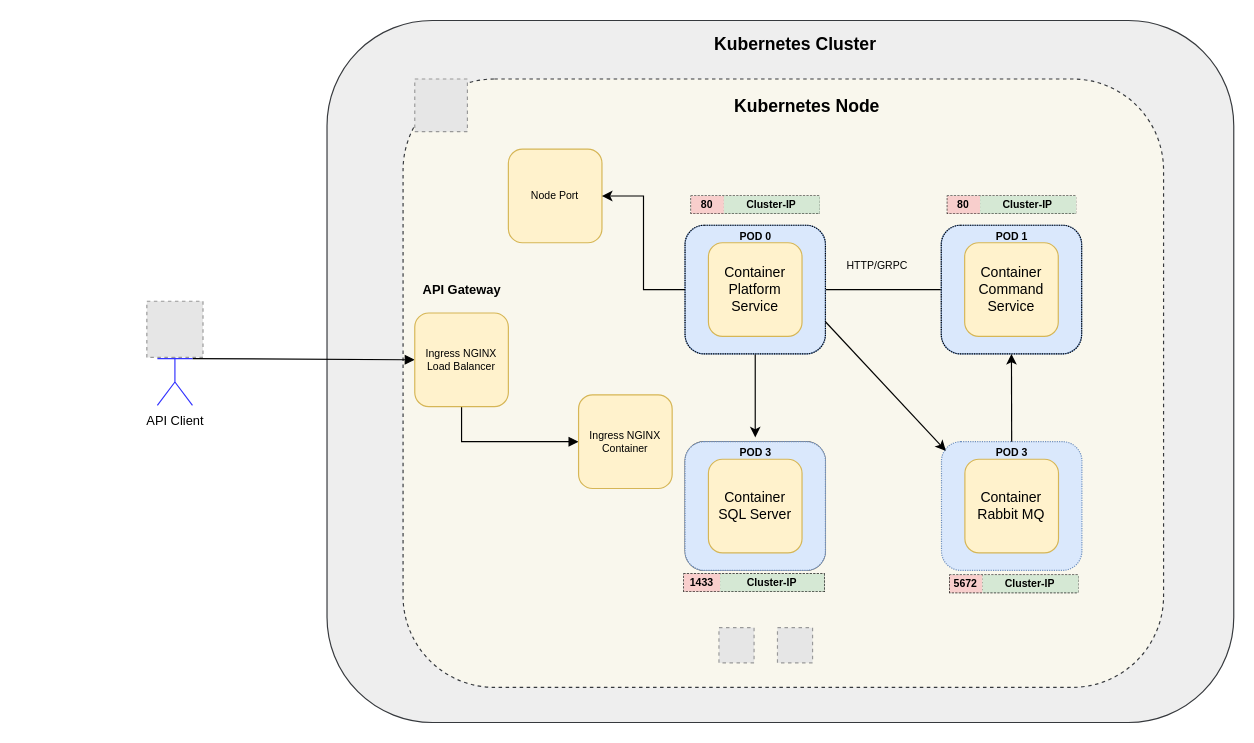
abdulrehman2/learn-microservices keeps this draw.io diagram as Docs/Architecture Diagram.drawio. Above is the earlier version. Source tidied: cells renumbered, new cells numbered last; positions are measured from the earlier drawing's top-left corner, leaving out a move shared by most shapes. Both pictures are drawn from the tidied source at 117%, with x=0, y=0 at pixel (146, 20). Pictures stored in the file or linked from it are replaced by grey dashed boxes.
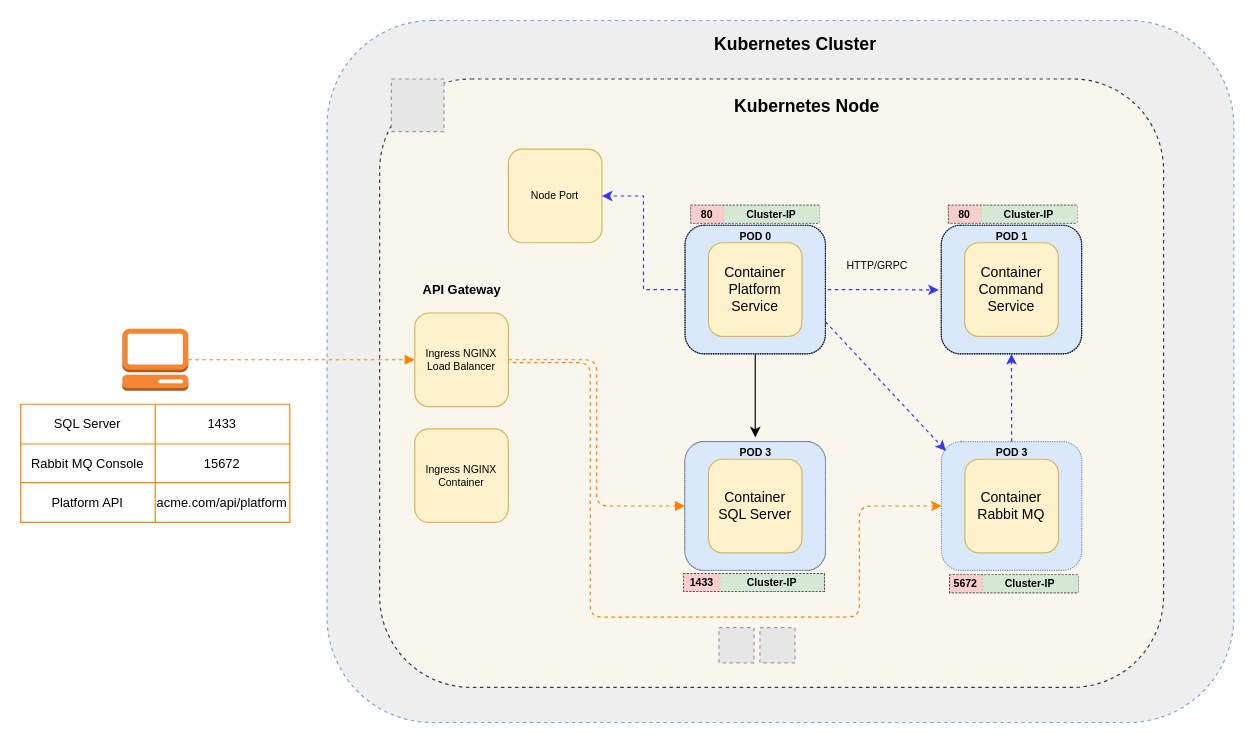
The same diagram, later.

The change refers to these unchanged cells:
```xml
<mxCell id="8" style="shape=waypoint;sketch=0;size=6;points=[];fillColor=#dae8fc;perimeter=centerPerimeter;snapToPoint=1;strokeColor=#6c8ebf;rounded=1;" parent="1" vertex="1">
  <mxGeometry x="679" y="210" width="40" height="40" as="geometry" />
</mxCell>
<mxCell id="12" value="Ingress NGINX&lt;br&gt;Load Balancer" style="whiteSpace=wrap;html=1;rounded=1;fontSize=9;fillColor=#fff2cc;strokeColor=#d6b656;" parent="1" vertex="1">
  <mxGeometry x="229" y="250" width="80" height="80" as="geometry" />
</mxCell>
<mxCell id="15" value="Node Port" style="whiteSpace=wrap;html=1;rounded=1;fontSize=9;fillColor=#fff2cc;strokeColor=#d6b656;" parent="1" vertex="1">
  <mxGeometry x="309" y="110" width="80" height="80" as="geometry" />
</mxCell>
<mxCell id="18" style="whiteSpace=wrap;html=1;rounded=1;fontSize=9;fillColor=none;dashed=1;dashPattern=1 1;" parent="17" vertex="1">
  <mxGeometry width="120" height="110" as="geometry" />
</mxCell>
<mxCell id="19" value="Container&lt;br&gt;Platform Service" style="whiteSpace=wrap;html=1;fillColor=#fff2cc;strokeColor=#d6b656;perimeterSpacing=4;rounded=1;" parent="17" vertex="1">
  <mxGeometry x="20" y="15" width="80" height="80" as="geometry" />
</mxCell>
<mxCell id="23" style="whiteSpace=wrap;html=1;rounded=1;fontSize=9;fillColor=none;dashed=1;dashPattern=1 1;" parent="22" vertex="1">
  <mxGeometry width="120" height="110" as="geometry" />
</mxCell>
<mxCell id="28" style="whiteSpace=wrap;html=1;rounded=1;fontSize=9;fillColor=#dae8fc;dashed=1;dashPattern=1 1;strokeColor=#6c8ebf;" parent="27" vertex="1">
  <mxGeometry width="120" height="110" as="geometry" />
</mxCell>
<mxCell id="30" value="POD 3" style="text;html=1;align=center;verticalAlign=middle;points=[];fillColor=none;strokeColor=none;rounded=0;dashed=1;dashPattern=1 1;fontSize=9;fontStyle=1;" parent="27" vertex="1">
  <mxGeometry x="40" width="40" height="20" as="geometry" />
</mxCell>
<mxCell id="48" style="whiteSpace=wrap;html=1;rounded=1;fontSize=9;fillColor=#dae8fc;dashed=1;dashPattern=1 1;strokeColor=#6c8ebf;" parent="47" vertex="1">
  <mxGeometry width="120" height="110" as="geometry" />
</mxCell>
```

Diff of the diagram source:
```diff
@@
-    <mxCell id="2" style="whiteSpace=wrap;html=1;rounded=1;strokeColor=#36393d;fillColor=#eeeeee;" parent="1" vertex="1">
+    <mxCell id="2" style="whiteSpace=wrap;html=1;rounded=1;strokeColor=#7EA6E0;fillColor=#eeeeee;dashed=1;" parent="1" vertex="1">
       <mxGeometry x="154" width="775" height="600" as="geometry" />
     </mxCell>
     <mxCell id="3" style="whiteSpace=wrap;html=1;rounded=1;glass=0;dashed=1;strokeColor=#36393d;fillColor=#f9f7ed;" parent="1" vertex="1">
-      <mxGeometry x="219" y="50" width="650" height="520" as="geometry" />
+      <mxGeometry x="199" y="50" width="670" height="520" as="geometry" />
     </mxCell>
-    <mxCell id="4" style="edgeStyle=orthogonalEdgeStyle;rounded=0;jettySize=auto;html=1;" parent="1" edge="1" source="19" target="8">
+    <mxCell id="4" style="edgeStyle=orthogonalEdgeStyle;rounded=0;jettySize=auto;html=1;strokeColor=#3333FF;dashed=1;entryX=-0.018;entryY=0.503;entryDx=0;entryDy=0;entryPerimeter=0;" parent="1" edge="1" source="19" target="23">
       <mxGeometry relative="1" as="geometry" />
     </mxCell>
@@
     <mxCell id="6" style="fillColor=#E6E6E6;strokeColor=#999999;dashed=1;verticalLabelPosition=bottom;verticalAlign=top;" parent="1" vertex="1">
-      <mxGeometry x="539" y="519" width="30" height="30" as="geometry" />
+      <mxGeometry x="524" y="519" width="30" height="30" as="geometry" />
     </mxCell>
@@
-    <mxCell id="10" style="edgeStyle=orthogonalEdgeStyle;rounded=0;jettySize=auto;html=1;exitX=0.5;exitY=1;exitDx=0;exitDy=0;fontFamily=Helvetica;fontSize=15;endArrow=block;endFill=1;" parent="1" edge="1" source="12" target="14">
-      <mxGeometry relative="1" as="geometry" />
-    </mxCell>
-    <mxCell id="11" style="edgeStyle=none;rounded=0;jettySize=auto;html=1;exitX=1;exitY=0.3333333333333333;exitDx=0;exitDy=0;entryX=0;entryY=0.5;entryDx=0;entryDy=0;fontFamily=Helvetica;fontSize=11;endArrow=block;endFill=1;exitPerimeter=0;" parent="1" edge="1" source="58" target="12">
+    <mxCell id="11" style="edgeStyle=none;rounded=0;jettySize=auto;html=1;entryX=0;entryY=0.5;entryDx=0;entryDy=0;fontFamily=Helvetica;fontSize=11;endArrow=block;endFill=1;dashed=1;fillColor=#cdeb8b;strokeColor=#FF8000;" parent="1" edge="1" source="60" target="12">
       <mxGeometry relative="1" as="geometry" />
     </mxCell>
@@
     <mxCell id="14" value="Ingress NGINX&lt;br&gt;Container" style="whiteSpace=wrap;html=1;rounded=1;fontSize=9;fillColor=#fff2cc;strokeColor=#d6b656;" parent="1" vertex="1">
-      <mxGeometry x="369" y="320" width="80" height="80" as="geometry" />
+      <mxGeometry x="229" y="349" width="80" height="80" as="geometry" />
     </mxCell>
@@
-    <mxCell id="35" style="edgeStyle=none;rounded=0;jettySize=auto;html=1;entryX=0.5;entryY=1;entryDx=0;entryDy=0;" parent="1" edge="1" source="30" target="23">
+    <mxCell id="35" style="edgeStyle=none;rounded=0;jettySize=auto;html=1;entryX=0.5;entryY=1;entryDx=0;entryDy=0;strokeColor=#3333FF;dashed=1;" parent="1" edge="1" source="30" target="23">
       <mxGeometry relative="1" as="geometry" />
     </mxCell>
-    <mxCell id="36" style="edgeStyle=none;rounded=0;jettySize=auto;html=1;exitX=1;exitY=0.75;exitDx=0;exitDy=0;entryX=0.031;entryY=0.071;entryDx=0;entryDy=0;entryPerimeter=0;" parent="1" edge="1" source="18" target="28">
+    <mxCell id="36" style="edgeStyle=none;rounded=0;jettySize=auto;html=1;exitX=1;exitY=0.75;exitDx=0;exitDy=0;entryX=0.031;entryY=0.071;entryDx=0;entryDy=0;entryPerimeter=0;strokeColor=#3333FF;dashed=1;" parent="1" edge="1" source="18" target="28">
       <mxGeometry relative="1" as="geometry" />
     </mxCell>
@@
     <mxCell id="41" style="shape=table;startSize=0;childLayout=tableLayout;rounded=1;dashed=1;fontSize=9;fillColor=none;arcSize=0;dashPattern=1 2;" parent="1" vertex="1">
-      <mxGeometry x="684.2" y="150" width="109.6" height="15" as="geometry" />
+      <mxGeometry x="685.2" y="158" width="109.6" height="15" as="geometry" />
     </mxCell>
@@
-    <mxCell id="45" style="edgeStyle=orthogonalEdgeStyle;rounded=0;jettySize=auto;html=1;exitX=0;exitY=0.5;exitDx=0;exitDy=0;" parent="1" edge="1" source="18" target="15">
+    <mxCell id="45" style="edgeStyle=orthogonalEdgeStyle;rounded=0;jettySize=auto;html=1;exitX=0;exitY=0.5;exitDx=0;exitDy=0;strokeColor=#3333FF;dashed=1;" parent="1" edge="1" source="18" target="15">
       <mxGeometry relative="1" as="geometry" />
     </mxCell>
@@
     <mxCell id="51" style="fillColor=#E6E6E6;strokeColor=#999999;dashed=1;verticalLabelPosition=bottom;verticalAlign=top;" parent="1" vertex="1">
-      <mxGeometry x="229" y="50" width="45" height="45" as="geometry" />
+      <mxGeometry x="209" y="50" width="45" height="45" as="geometry" />
     </mxCell>
     <mxCell id="52" style="shape=table;startSize=0;childLayout=tableLayout;rounded=1;dashed=1;fontSize=9;fillColor=none;arcSize=0;dashPattern=1 2;" parent="1" vertex="1">
-      <mxGeometry x="465.2" y="150" width="109.6" height="15" as="geometry" />
+      <mxGeometry x="465.2" y="158" width="109.6" height="15" as="geometry" />
     </mxCell>
@@
-    <mxCell id="58" value="API Client" style="shape=umlActor;verticalLabelPosition=bottom;verticalAlign=top;html=1;outlineConnect=0;rounded=1;fontFamily=Helvetica;fontSize=11;strokeColor=#3333FF;fillColor=#FFFFFF;" parent="1" vertex="1">
-      <mxGeometry x="9" y="269" width="30" height="60" as="geometry" />
-    </mxCell>
-    <mxCell id="59" style="fillColor=#E6E6E6;strokeColor=#999999;dashed=1;verticalLabelPosition=bottom;verticalAlign=top;fontFamily=Helvetica;fontSize=11;" parent="1" vertex="1">
-      <mxGeometry y="240" width="48" height="48" as="geometry" />
-    </mxCell>
+    <mxCell id="60" style="outlineConnect=0;dashed=0;verticalLabelPosition=bottom;verticalAlign=top;align=center;html=1;shape=mxgraph.aws3.management_console;fillColor=#F58534;gradientColor=none;rounded=1;fontFamily=Helvetica;fontSize=11;strokeColor=#3333FF;" parent="1" vertex="1">
+      <mxGeometry x="-21" y="263.5" width="56.5" height="53" as="geometry" />
+    </mxCell>
+    <mxCell id="61" style="shape=table;startSize=0;childLayout=tableLayout;rounded=0;fontFamily=Helvetica;fontSize=11;strokeColor=#FF8000;fillColor=#FFFFFF;" parent="1" vertex="1">
+      <mxGeometry x="-107.8" y="328" width="230" height="101" as="geometry" />
+    </mxCell>
+    <mxCell id="62" style="shape=tableRow;horizontal=0;startSize=0;swimlaneHead=0;swimlaneBody=0;top=0;left=0;bottom=0;right=0;fillColor=none;rounded=1;fontFamily=Helvetica;fontSize=11;strokeColor=#3333FF;" parent="61" vertex="1">
+      <mxGeometry width="230" height="34" as="geometry" />
+    </mxCell>
+    <mxCell id="63" value="SQL Server" style="shape=partialRectangle;html=1;whiteSpace=wrap;overflow=hidden;fillColor=none;top=0;left=0;bottom=0;right=0;rounded=1;fontFamily=Helvetica;fontSize=11;strokeColor=#3333FF;" parent="62" vertex="1">
+      <mxGeometry width="115" height="34" as="geometry" />
+    </mxCell>
+    <mxCell id="64" value="1433" style="shape=partialRectangle;html=1;whiteSpace=wrap;overflow=hidden;fillColor=none;top=0;left=0;bottom=0;right=0;rounded=1;fontFamily=Helvetica;fontSize=11;strokeColor=#3333FF;" parent="62" vertex="1">
+      <mxGeometry x="115" width="115" height="34" as="geometry" />
+    </mxCell>
+    <mxCell id="65" style="shape=tableRow;horizontal=0;startSize=0;swimlaneHead=0;swimlaneBody=0;top=0;left=0;bottom=0;right=0;fillColor=none;rounded=1;fontFamily=Helvetica;fontSize=11;strokeColor=#3333FF;" parent="61" vertex="1">
+      <mxGeometry y="34" width="230" height="33" as="geometry" />
+    </mxCell>
+    <mxCell id="66" value="Rabbit MQ Console" style="shape=partialRectangle;html=1;whiteSpace=wrap;overflow=hidden;fillColor=none;top=0;left=0;bottom=0;right=0;rounded=1;fontFamily=Helvetica;fontSize=11;strokeColor=#3333FF;" parent="65" vertex="1">
+      <mxGeometry width="115" height="33" as="geometry" />
+    </mxCell>
+    <mxCell id="67" value="15672" style="shape=partialRectangle;html=1;whiteSpace=wrap;overflow=hidden;fillColor=none;top=0;left=0;bottom=0;right=0;rounded=1;fontFamily=Helvetica;fontSize=11;strokeColor=#3333FF;" parent="65" vertex="1">
+      <mxGeometry x="115" width="115" height="33" as="geometry" />
+    </mxCell>
+    <mxCell id="68" style="shape=tableRow;horizontal=0;startSize=0;swimlaneHead=0;swimlaneBody=0;top=0;left=0;bottom=0;right=0;fillColor=none;rounded=1;fontFamily=Helvetica;fontSize=11;strokeColor=#3333FF;" parent="61" vertex="1">
+      <mxGeometry y="67" width="230" height="34" as="geometry" />
+    </mxCell>
+    <mxCell id="69" value="Platform API" style="shape=partialRectangle;html=1;whiteSpace=wrap;overflow=hidden;fillColor=none;top=0;left=0;bottom=0;right=0;rounded=1;fontFamily=Helvetica;fontSize=11;strokeColor=#3333FF;" parent="68" vertex="1">
+      <mxGeometry width="115" height="34" as="geometry" />
+    </mxCell>
+    <mxCell id="70" value="acme.com/api/platform" style="shape=partialRectangle;html=1;whiteSpace=wrap;overflow=hidden;fillColor=none;top=0;left=0;bottom=0;right=0;rounded=1;fontFamily=Helvetica;fontSize=11;strokeColor=#3333FF;" parent="68" vertex="1">
+      <mxGeometry x="115" width="115" height="34" as="geometry" />
+    </mxCell>
+    <mxCell id="71" style="edgeStyle=orthogonalEdgeStyle;rounded=1;jettySize=auto;html=1;fontFamily=Helvetica;fontSize=11;endArrow=block;endFill=1;entryX=0;entryY=0.5;entryDx=0;entryDy=0;elbow=vertical;strokeColor=#FF8000;dashed=1;" parent="1" edge="1" source="12" target="48">
+      <mxGeometry relative="1" as="geometry" />
+    </mxCell>
+    <mxCell id="72" style="edgeStyle=orthogonalEdgeStyle;rounded=1;jettySize=auto;html=1;exitX=0;exitY=0.5;exitDx=0;exitDy=0;fontFamily=Helvetica;fontSize=11;endArrow=none;endFill=0;elbow=vertical;startArrow=classic;startFill=1;strokeColor=#FF8000;dashed=1;" parent="1" edge="1" source="28">
+      <mxGeometry relative="1" as="geometry">
+        <mxPoint x="309" y="292.5" as="targetPoint" />
+        <Array as="points">
+          <mxPoint x="609" y="415" />
+          <mxPoint x="609" y="510" />
+          <mxPoint x="379" y="510" />
+          <mxPoint x="379" y="292" />
+        </Array>
+      </mxGeometry>
+    </mxCell>
```
